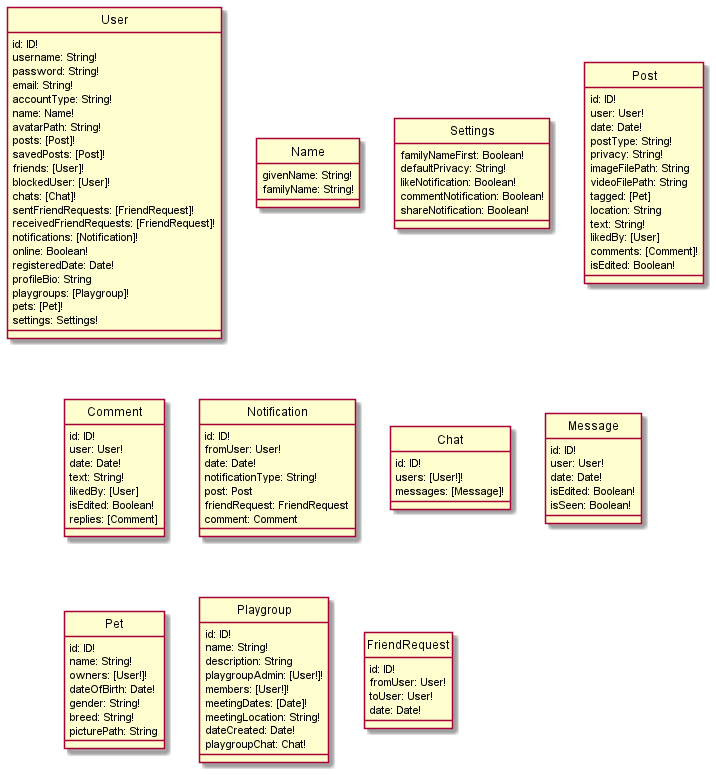
This is docs/uml/DataSchema.png from bryanwhl/pet-social, a PlantUML export, as it was before one commit.
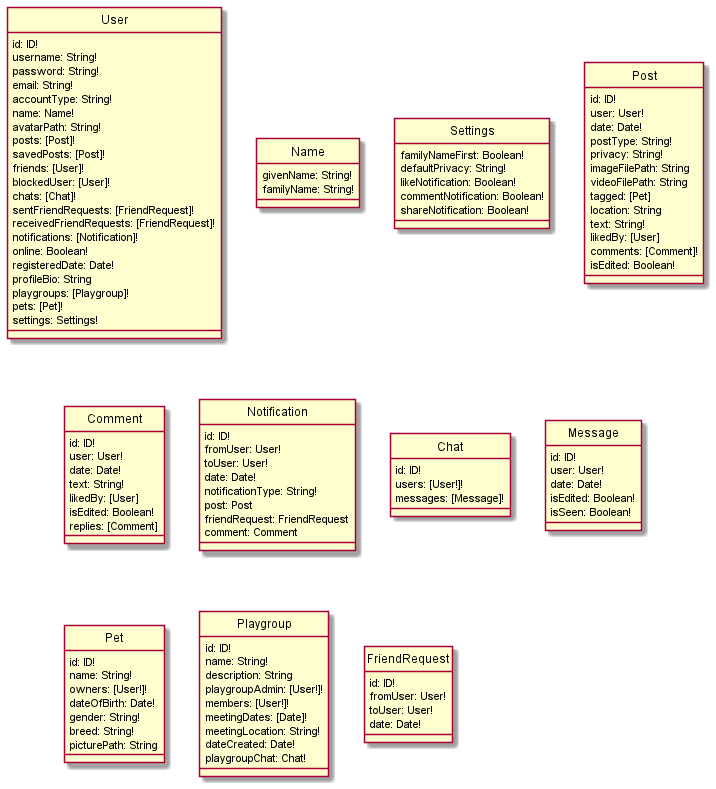
The same diagram one commit later.

What changed in the source:
```diff
@@ -68,6 +68,7 @@
 class Notification {
     id: ID!
     fromUser: User!
+    toUser: User!
     date: Date!
     notificationType: String!
     post: Post
```
